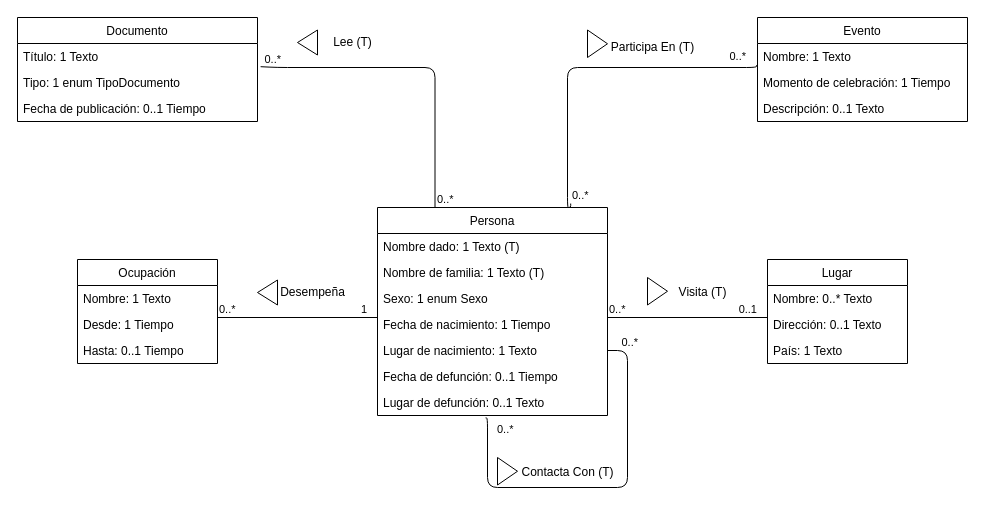
This is Ejercicios/Ejercicio29.drawio from Enriquepardo/ejercicios-grupales-, a draw.io file, before an edit. Source tidied: cells renumbered, new cells numbered last; positions are measured from the earlier drawing's top-left corner, leaving out a move shared by most shapes. Both pictures are drawn from the tidied source at 100%, with x=0, y=0 at pixel (17, 17).
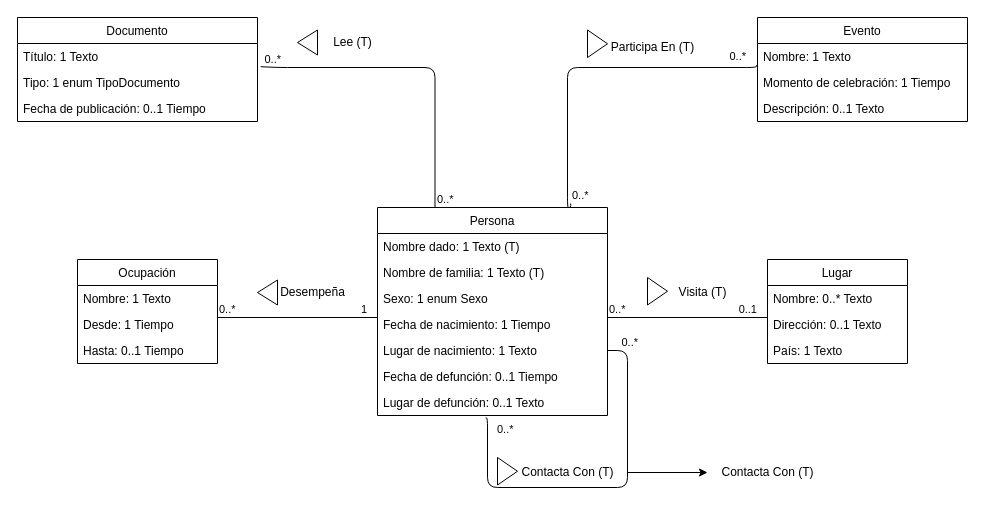
The same page after the edit.

The change refers to these unchanged cells:
```xml
<mxCell id="13" value="Contacta Con (T)" style="text;html=1;align=center;verticalAlign=middle;points=[];strokeColor=none;fillColor=none;" parent="1" vertex="1">
  <mxGeometry x="490" y="440" width="120" height="30" as="geometry" />
</mxCell>
```

Change to the diagram source:
```diff
@@
+    <mxCell id="51" style="edgeStyle=orthogonalEdgeStyle;rounded=0;jettySize=auto;html=1;" parent="1" edge="1" source="13" target="52">
+      <mxGeometry relative="1" as="geometry" />
+    </mxCell>
@@
+    <mxCell id="52" value="Contacta Con (T)" style="text;html=1;align=center;verticalAlign=middle;points=[];strokeColor=none;fillColor=none;" parent="1" vertex="1">
+      <mxGeometry x="690" y="440" width="120" height="30" as="geometry" />
+    </mxCell>
```
